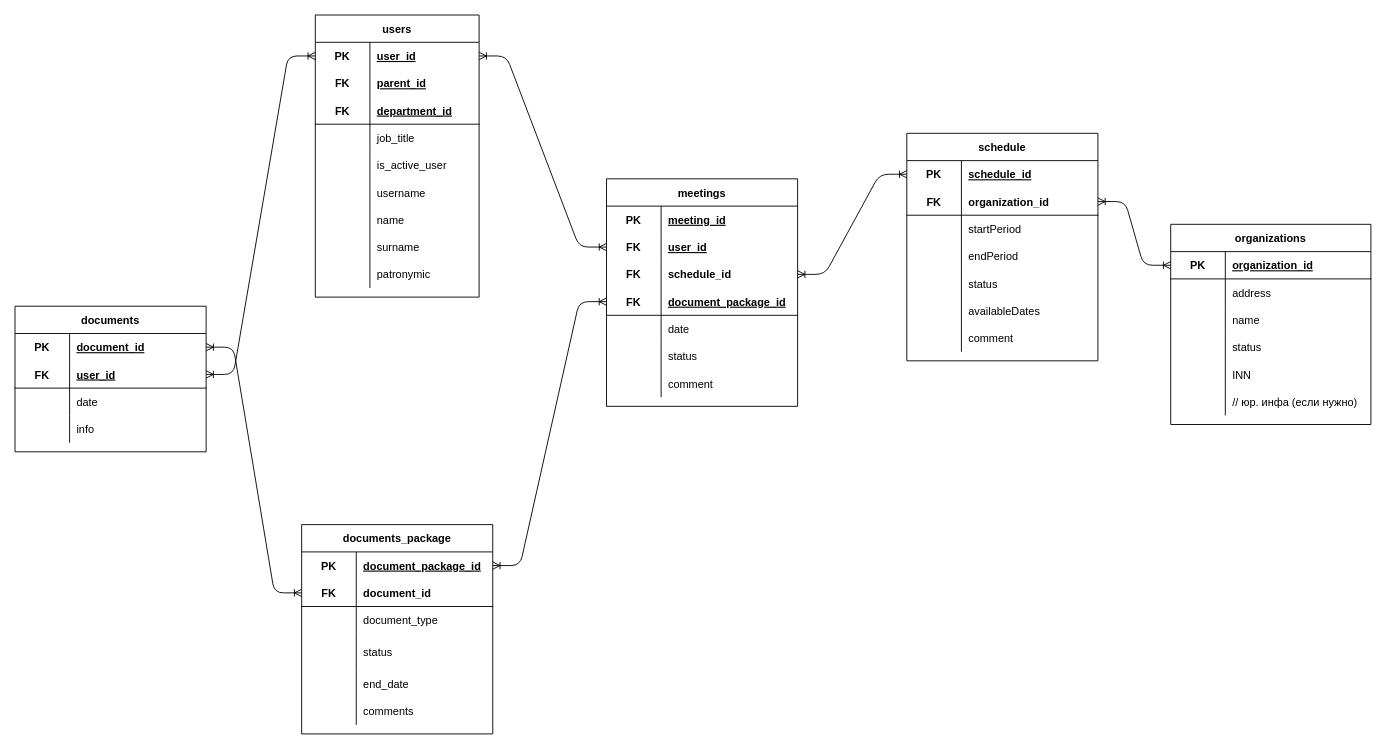
Earlier version of the draw.io diagram medical_comission.drawio (Spec163/medical_app). Source tidied: cells renumbered, new cells numbered last; positions are measured from the earlier drawing's top-left corner, leaving out a move shared by most shapes. Both pictures are drawn from the tidied source at 91%, with x=0, y=0 at pixel (15, 15).
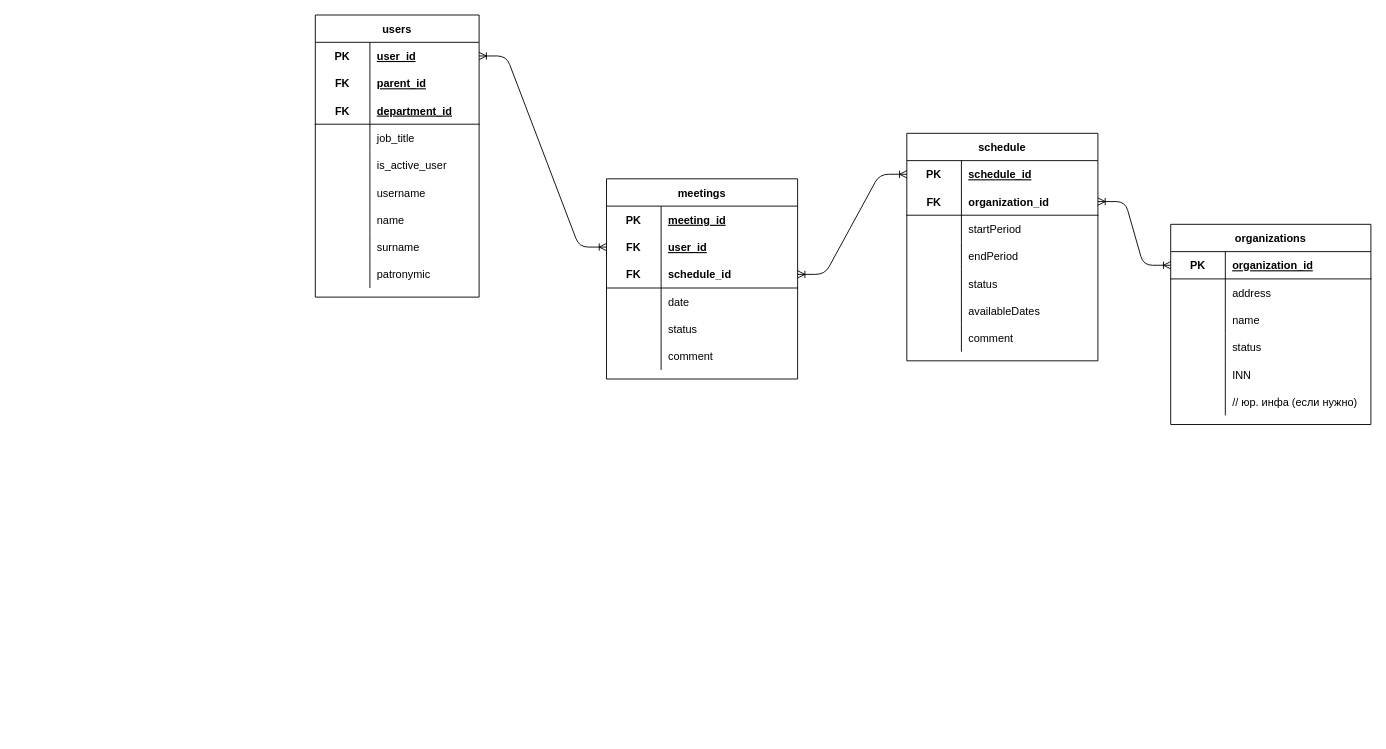
Above is the later version.

Commit message (it also covers changes not shown here):
fix: remove document part

The change refers to these unchanged cells:
```xml
<mxCell id="3" style="shape=partialRectangle;fillColor=none;top=0;left=0;bottom=0;right=0;points=[[0,0.5],[1,0.5]];portConstraint=eastwest;" parent="2" vertex="1">
  <mxGeometry y="30" width="180" height="30" as="geometry" />
</mxCell>
<mxCell id="109" style="shape=partialRectangle;fillColor=none;top=0;left=0;bottom=0;right=0;points=[[0,0.5],[1,0.5]];portConstraint=eastwest;" parent="108" vertex="1">
  <mxGeometry y="30" width="210" height="30" as="geometry" />
</mxCell>
```

Diff of the diagram source:
```diff
@@
     <mxCell id="30" value="meetings" style="shape=table;startSize=30;childLayout=tableLayout;rowLines=0;fontStyle=1;align=center;" parent="1" vertex="1">
-      <mxGeometry x="650" y="180" width="210" height="250" as="geometry" />
+      <mxGeometry x="650" y="180" width="210" height="220" as="geometry" />
     </mxCell>
@@
-    <mxCell id="37" style="shape=partialRectangle;fillColor=none;top=0;left=0;bottom=0;right=0;points=[[0,0.5],[1,0.5]];portConstraint=eastwest;" parent="30" vertex="1">
-      <mxGeometry y="90" width="210" height="30" as="geometry" />
-    </mxCell>
-    <mxCell id="38" value="FK" style="shape=partialRectangle;fillColor=none;top=0;left=0;bottom=0;right=0;fontStyle=1;overflow=hidden;" parent="37" vertex="1">
-      <mxGeometry width="60" height="30" as="geometry" />
-    </mxCell>
-    <mxCell id="39" value="schedule_id" style="shape=partialRectangle;fillColor=none;top=0;left=0;bottom=0;right=0;align=left;spacingLeft=6;fontStyle=1;overflow=hidden;" parent="37" vertex="1">
-      <mxGeometry x="60" width="150" height="30" as="geometry" />
-    </mxCell>
     <mxCell id="40" style="shape=partialRectangle;fillColor=none;top=0;left=0;bottom=1;right=0;points=[[0,0.5],[1,0.5]];portConstraint=eastwest;" parent="30" vertex="1">
-      <mxGeometry y="120" width="210" height="30" as="geometry" />
+      <mxGeometry y="90" width="210" height="30" as="geometry" />
     </mxCell>
@@
-    <mxCell id="42" value="document_package_id" style="shape=partialRectangle;fillColor=none;top=0;left=0;bottom=0;right=0;align=left;spacingLeft=6;fontStyle=5;overflow=hidden;" parent="40" vertex="1">
+    <mxCell id="42" value="schedule_id" style="shape=partialRectangle;fillColor=none;top=0;left=0;bottom=0;right=0;align=left;spacingLeft=6;fontStyle=1;overflow=hidden;" parent="40" vertex="1">
       <mxGeometry x="60" width="150" height="30" as="geometry" />
     </mxCell>
     <mxCell id="43" style="shape=partialRectangle;fillColor=none;top=0;left=0;bottom=0;right=0;" parent="30" vertex="1">
-      <mxGeometry y="150" width="210" height="30" as="geometry" />
+      <mxGeometry y="120" width="210" height="30" as="geometry" />
     </mxCell>
@@
     <mxCell id="46" style="shape=partialRectangle;fillColor=none;top=0;left=0;bottom=0;right=0;" parent="30" vertex="1">
-      <mxGeometry y="180" width="210" height="30" as="geometry" />
+      <mxGeometry y="150" width="210" height="30" as="geometry" />
     </mxCell>
@@
     <mxCell id="49" style="shape=partialRectangle;fillColor=none;top=0;left=0;bottom=0;right=0;" parent="30" vertex="1">
-      <mxGeometry y="210" width="210" height="30" as="geometry" />
+      <mxGeometry y="180" width="210" height="30" as="geometry" />
     </mxCell>
@@
-    <mxCell id="71" value="documents_package" style="shape=table;startSize=30;childLayout=tableLayout;rowLines=0;fontStyle=1;align=center;" parent="1" vertex="1">
-      <mxGeometry x="315" y="560" width="210" height="230" as="geometry" />
-    </mxCell>
-    <mxCell id="72" style="shape=partialRectangle;fillColor=none;top=0;left=0;bottom=0;right=0;points=[[0,0.5],[1,0.5]];portConstraint=eastwest;" parent="71" vertex="1">
-      <mxGeometry y="30" width="210" height="30" as="geometry" />
-    </mxCell>
-    <mxCell id="73" value="PK" style="shape=partialRectangle;fillColor=none;top=0;left=0;bottom=0;right=0;fontStyle=1;overflow=hidden;" parent="72" vertex="1">
-      <mxGeometry width="60" height="30" as="geometry" />
-    </mxCell>
-    <mxCell id="74" value="document_package_id" style="shape=partialRectangle;fillColor=none;top=0;left=0;bottom=0;right=0;align=left;spacingLeft=6;fontStyle=5;overflow=hidden;" parent="72" vertex="1">
-      <mxGeometry x="60" width="150" height="30" as="geometry" />
-    </mxCell>
-    <mxCell id="75" style="shape=partialRectangle;fillColor=none;top=0;left=0;bottom=1;right=0;points=[[0,0.5],[1,0.5]];portConstraint=eastwest;" parent="71" vertex="1">
-      <mxGeometry y="60" width="210" height="30" as="geometry" />
-    </mxCell>
-    <mxCell id="76" value="FK" style="shape=partialRectangle;fillColor=none;top=0;left=0;bottom=0;right=0;fontStyle=1;overflow=hidden;" parent="75" vertex="1">
-      <mxGeometry width="60" height="30" as="geometry" />
-    </mxCell>
-    <mxCell id="77" value="document_id" style="shape=partialRectangle;fillColor=none;top=0;left=0;bottom=0;right=0;align=left;spacingLeft=6;fontStyle=1;overflow=hidden;" parent="75" vertex="1">
-      <mxGeometry x="60" width="150" height="30" as="geometry" />
-    </mxCell>
-    <mxCell id="78" style="shape=partialRectangle;fillColor=none;top=0;left=0;bottom=0;right=0;" parent="71" vertex="1">
-      <mxGeometry y="90" width="210" height="30" as="geometry" />
-    </mxCell>
-    <mxCell id="79" style="shape=partialRectangle;fillColor=none;top=0;left=0;bottom=0;right=0;overflow=hidden;" parent="78" vertex="1">
-      <mxGeometry width="60" height="30" as="geometry" />
-    </mxCell>
-    <mxCell id="80" value="document_type" style="shape=partialRectangle;fillColor=none;top=0;left=0;bottom=0;right=0;align=left;spacingLeft=6;overflow=hidden;" parent="78" vertex="1">
-      <mxGeometry x="60" width="150" height="30" as="geometry" />
-    </mxCell>
-    <mxCell id="81" style="shape=partialRectangle;fillColor=none;top=0;left=0;bottom=0;right=0;" parent="71" vertex="1">
-      <mxGeometry y="120" width="210" height="40" as="geometry" />
-    </mxCell>
-    <mxCell id="82" style="shape=partialRectangle;fillColor=none;top=0;left=0;bottom=0;right=0;overflow=hidden;" parent="81" vertex="1">
-      <mxGeometry width="60" height="40" as="geometry" />
-    </mxCell>
-    <mxCell id="83" value="status" style="shape=partialRectangle;fillColor=none;top=0;left=0;bottom=0;right=0;align=left;spacingLeft=6;overflow=hidden;" parent="81" vertex="1">
-      <mxGeometry x="60" width="150" height="40" as="geometry" />
-    </mxCell>
-    <mxCell id="84" style="shape=partialRectangle;fillColor=none;top=0;left=0;bottom=0;right=0;" parent="71" vertex="1">
-      <mxGeometry y="160" width="210" height="30" as="geometry" />
-    </mxCell>
-    <mxCell id="85" style="shape=partialRectangle;fillColor=none;top=0;left=0;bottom=0;right=0;overflow=hidden;" parent="84" vertex="1">
-      <mxGeometry width="60" height="30" as="geometry" />
-    </mxCell>
-    <mxCell id="86" value="end_date" style="shape=partialRectangle;fillColor=none;top=0;left=0;bottom=0;right=0;align=left;spacingLeft=6;overflow=hidden;" parent="84" vertex="1">
-      <mxGeometry x="60" width="150" height="30" as="geometry" />
-    </mxCell>
-    <mxCell id="87" style="shape=partialRectangle;fillColor=none;top=0;left=0;bottom=0;right=0;" parent="71" vertex="1">
-      <mxGeometry y="190" width="210" height="30" as="geometry" />
-    </mxCell>
-    <mxCell id="88" style="shape=partialRectangle;fillColor=none;top=0;left=0;bottom=0;right=0;overflow=hidden;" parent="87" vertex="1">
-      <mxGeometry width="60" height="30" as="geometry" />
-    </mxCell>
-    <mxCell id="89" value="comments" style="shape=partialRectangle;fillColor=none;top=0;left=0;bottom=0;right=0;align=left;spacingLeft=6;overflow=hidden;" parent="87" vertex="1">
-      <mxGeometry x="60" width="150" height="30" as="geometry" />
-    </mxCell>
-    <mxCell id="90" value="documents" style="shape=table;startSize=30;childLayout=tableLayout;rowLines=0;fontStyle=1;align=center;" parent="1" vertex="1">
-      <mxGeometry y="320" width="210" height="160" as="geometry" />
-    </mxCell>
-    <mxCell id="91" style="shape=partialRectangle;fillColor=none;top=0;left=0;bottom=1;right=0;points=[[0,0.5],[1,0.5]];portConstraint=eastwest;spacing=0;strokeColor=none;" parent="90" vertex="1">
-      <mxGeometry y="30" width="210" height="30" as="geometry" />
-    </mxCell>
-    <mxCell id="92" value="PK" style="shape=partialRectangle;fillColor=none;top=0;left=0;bottom=0;right=0;fontStyle=1;overflow=hidden;" parent="91" vertex="1">
-      <mxGeometry width="60" height="30" as="geometry" />
-    </mxCell>
-    <mxCell id="93" value="document_id" style="shape=partialRectangle;fillColor=none;top=0;left=0;bottom=0;right=0;align=left;spacingLeft=6;fontStyle=5;overflow=hidden;" parent="91" vertex="1">
-      <mxGeometry x="60" width="150" height="30" as="geometry" />
-    </mxCell>
-    <mxCell id="94" style="shape=partialRectangle;fillColor=none;top=0;left=0;bottom=1;right=0;points=[[0,0.5],[1,0.5]];portConstraint=eastwest;" parent="90" vertex="1">
-      <mxGeometry y="60" width="210" height="30" as="geometry" />
-    </mxCell>
-    <mxCell id="95" value="FK" style="shape=partialRectangle;fillColor=none;top=0;left=0;bottom=0;right=0;fontStyle=1;overflow=hidden;" parent="94" vertex="1">
-      <mxGeometry width="60" height="30" as="geometry" />
-    </mxCell>
-    <mxCell id="96" value="user_id" style="shape=partialRectangle;fillColor=none;top=0;left=0;bottom=0;right=0;align=left;spacingLeft=6;fontStyle=5;overflow=hidden;" parent="94" vertex="1">
-      <mxGeometry x="60" width="150" height="30" as="geometry" />
-    </mxCell>
-    <mxCell id="97" style="shape=partialRectangle;fillColor=none;top=0;left=0;bottom=0;right=0;" parent="90" vertex="1">
-      <mxGeometry y="90" width="210" height="30" as="geometry" />
-    </mxCell>
-    <mxCell id="98" style="shape=partialRectangle;fillColor=none;top=0;left=0;bottom=0;right=0;overflow=hidden;" parent="97" vertex="1">
-      <mxGeometry width="60" height="30" as="geometry" />
-    </mxCell>
-    <mxCell id="99" value="date" style="shape=partialRectangle;fillColor=none;top=0;left=0;bottom=0;right=0;align=left;spacingLeft=6;overflow=hidden;" parent="97" vertex="1">
-      <mxGeometry x="60" width="150" height="30" as="geometry" />
-    </mxCell>
-    <mxCell id="100" style="shape=partialRectangle;fillColor=none;top=0;left=0;bottom=0;right=0;" parent="90" vertex="1">
-      <mxGeometry y="120" width="210" height="30" as="geometry" />
-    </mxCell>
-    <mxCell id="101" style="shape=partialRectangle;fillColor=none;top=0;left=0;bottom=0;right=0;overflow=hidden;" parent="100" vertex="1">
-      <mxGeometry width="60" height="30" as="geometry" />
-    </mxCell>
-    <mxCell id="102" value="info" style="shape=partialRectangle;fillColor=none;top=0;left=0;bottom=0;right=0;align=left;spacingLeft=6;overflow=hidden;" parent="100" vertex="1">
-      <mxGeometry x="60" width="150" height="30" as="geometry" />
-    </mxCell>
-    <mxCell id="103" style="edgeStyle=entityRelationEdgeStyle;fontSize=12;html=1;endArrow=ERoneToMany;startArrow=ERoneToMany;" parent="1" edge="1" source="75" target="91">
-      <mxGeometry relative="1" as="geometry" />
-    </mxCell>
-    <mxCell id="104" style="edgeStyle=entityRelationEdgeStyle;fontSize=12;html=1;endArrow=ERoneToMany;startArrow=ERoneToMany;" parent="1" edge="1" source="40" target="72">
-      <mxGeometry relative="1" as="geometry" />
-    </mxCell>
@@
-    <mxCell id="107" style="edgeStyle=entityRelationEdgeStyle;fontSize=12;html=1;endArrow=ERoneToMany;startArrow=ERoneToMany;" parent="1" edge="1" source="3" target="94">
-      <mxGeometry relative="1" as="geometry" />
-    </mxCell>
@@
-    <mxCell id="130" style="edgeStyle=entityRelationEdgeStyle;fontSize=12;html=1;endArrow=ERoneToMany;startArrow=ERoneToMany;" parent="1" edge="1" source="37" target="109">
-      <mxGeometry relative="1" as="geometry" />
+    <mxCell id="130" style="edgeStyle=entityRelationEdgeStyle;fontSize=12;html=1;endArrow=ERoneToMany;startArrow=ERoneToMany;" parent="1" edge="1" target="109">
+      <mxGeometry relative="1" as="geometry">
+        <mxPoint x="860" y="285" as="sourcePoint" />
+      </mxGeometry>
     </mxCell>
```
